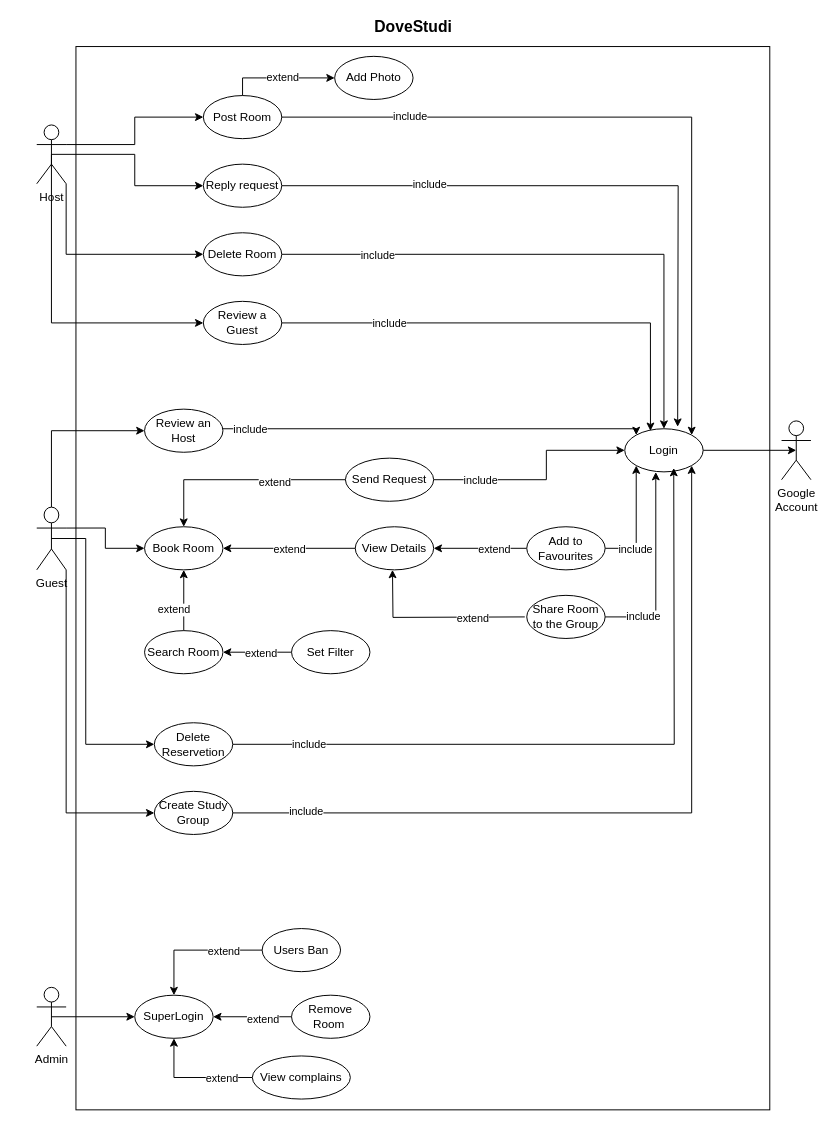
This is Docs/DoveStudi UCD.drawio from nic-agos/DoveStudi, a draw.io file, before an edit. Source tidied: cells renumbered, new cells numbered last; positions are measured from the earlier drawing's top-left corner, leaving out a move shared by most shapes. Both pictures are drawn from the tidied source at 98%, with x=0, y=0 at pixel (36, 17).
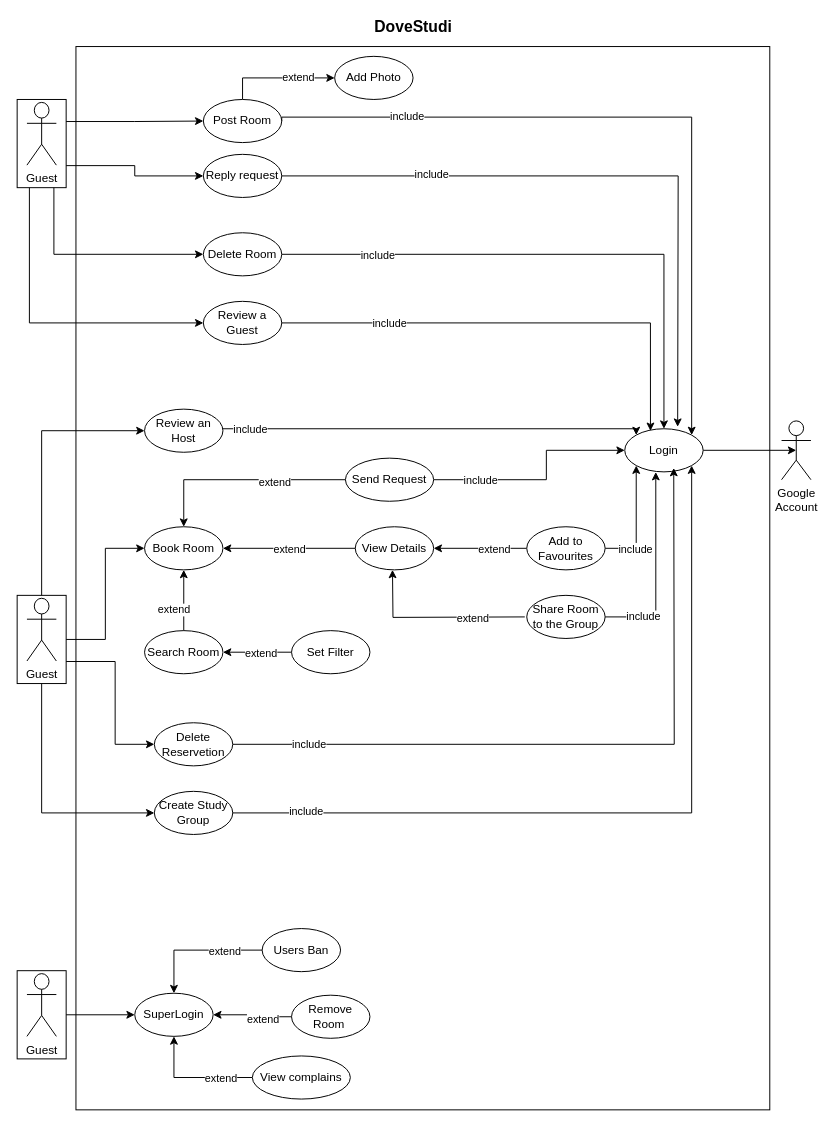
The same diagram, later.

Commit message:
Changed actor puppets

The change refers to these unchanged cells:
```xml
<mxCell id="46" value="Review an Host" style="ellipse;whiteSpace=wrap;html=1;" parent="1" vertex="1">
  <mxGeometry x="110" y="400" width="80" height="44" as="geometry" />
</mxCell>
<mxCell id="60" value="Add Photo" style="ellipse;whiteSpace=wrap;html=1;" parent="1" vertex="1">
  <mxGeometry x="304" y="40" width="80" height="44" as="geometry" />
</mxCell>
<mxCell id="67" value="Review a Guest" style="ellipse;whiteSpace=wrap;html=1;" parent="1" vertex="1">
  <mxGeometry x="170" y="290" width="80" height="44" as="geometry" />
</mxCell>
<mxCell id="68" value="Book Room" style="ellipse;whiteSpace=wrap;html=1;" parent="1" vertex="1">
  <mxGeometry x="110" y="520" width="80" height="44" as="geometry" />
</mxCell>
<mxCell id="71" value="Create Study&lt;br&gt;Group" style="ellipse;whiteSpace=wrap;html=1;" parent="1" vertex="1">
  <mxGeometry x="120" y="790" width="80" height="44" as="geometry" />
</mxCell>
<mxCell id="74" value="Delete Reservetion" style="ellipse;whiteSpace=wrap;html=1;" parent="1" vertex="1">
  <mxGeometry x="120" y="720" width="80" height="44" as="geometry" />
</mxCell>
<mxCell id="77" value="Delete Room" style="ellipse;whiteSpace=wrap;html=1;" parent="1" vertex="1">
  <mxGeometry x="170" y="220" width="80" height="44" as="geometry" />
</mxCell>
```

Change to the diagram source:
```diff
@@
-    <mxCell id="3" style="edgeStyle=orthogonalEdgeStyle;rounded=0;jettySize=auto;html=1;exitX=1;exitY=0.3333333333333333;exitDx=0;exitDy=0;exitPerimeter=0;entryX=0;entryY=0.5;entryDx=0;entryDy=0;" parent="1" edge="1" source="7" target="59">
-      <mxGeometry relative="1" as="geometry" />
-    </mxCell>
-    <mxCell id="4" style="edgeStyle=orthogonalEdgeStyle;rounded=0;jettySize=auto;html=1;exitX=0.5;exitY=0.5;exitDx=0;exitDy=0;exitPerimeter=0;entryX=0;entryY=0.5;entryDx=0;entryDy=0;" parent="1" edge="1" source="7" target="63">
+    <mxCell id="4" style="edgeStyle=orthogonalEdgeStyle;rounded=0;jettySize=auto;html=1;entryX=0;entryY=0.5;entryDx=0;entryDy=0;exitX=0.75;exitY=0;exitDx=0;exitDy=0;" parent="1" edge="1" source="85" target="63">
       <mxGeometry relative="1" as="geometry" />
     </mxCell>
-    <mxCell id="5" style="edgeStyle=orthogonalEdgeStyle;rounded=0;jettySize=auto;html=1;exitX=0.5;exitY=0.5;exitDx=0;exitDy=0;exitPerimeter=0;entryX=0;entryY=0.5;entryDx=0;entryDy=0;" parent="1" edge="1" source="7" target="67">
-      <mxGeometry relative="1" as="geometry">
-        <Array as="points">
-          <mxPoint x="15" y="312" />
-        </Array>
-      </mxGeometry>
-    </mxCell>
-    <mxCell id="6" style="edgeStyle=orthogonalEdgeStyle;rounded=0;jettySize=auto;html=1;exitX=1;exitY=1;exitDx=0;exitDy=0;exitPerimeter=0;entryX=0;entryY=0.5;entryDx=0;entryDy=0;" parent="1" edge="1" source="7" target="77">
-      <mxGeometry relative="1" as="geometry" />
-    </mxCell>
-    <mxCell id="7" value="Host" style="shape=umlActor;verticalLabelPosition=bottom;verticalAlign=top;html=1;outlineConnect=0;" parent="1" vertex="1">
-      <mxGeometry y="110" width="30" height="60" as="geometry" />
-    </mxCell>
-    <mxCell id="8" style="edgeStyle=orthogonalEdgeStyle;rounded=0;jettySize=auto;html=1;exitX=0.5;exitY=0;exitDx=0;exitDy=0;exitPerimeter=0;entryX=0;entryY=0.5;entryDx=0;entryDy=0;" parent="1" edge="1" source="12" target="46">
-      <mxGeometry relative="1" as="geometry" />
+    <mxCell id="8" style="edgeStyle=orthogonalEdgeStyle;rounded=0;jettySize=auto;html=1;entryX=0;entryY=0.5;entryDx=0;entryDy=0;exitX=0;exitY=0.5;exitDx=0;exitDy=0;" parent="1" edge="1" source="79" target="46">
+      <mxGeometry relative="1" as="geometry">
+        <Array as="points">
+          <mxPoint x="5" y="422" />
+        </Array>
+      </mxGeometry>
     </mxCell>
-    <mxCell id="9" style="edgeStyle=orthogonalEdgeStyle;rounded=0;jettySize=auto;html=1;exitX=1;exitY=0.3333333333333333;exitDx=0;exitDy=0;exitPerimeter=0;entryX=0;entryY=0.5;entryDx=0;entryDy=0;" parent="1" edge="1" source="12" target="68">
+    <mxCell id="9" style="edgeStyle=orthogonalEdgeStyle;rounded=0;jettySize=auto;html=1;entryX=0;entryY=0.5;entryDx=0;entryDy=0;exitX=0.5;exitY=0;exitDx=0;exitDy=0;" parent="1" edge="1" source="79" target="68">
       <mxGeometry relative="1" as="geometry" />
     </mxCell>
-    <mxCell id="10" style="edgeStyle=orthogonalEdgeStyle;rounded=0;jettySize=auto;html=1;exitX=1;exitY=1;exitDx=0;exitDy=0;exitPerimeter=0;entryX=0;entryY=0.5;entryDx=0;entryDy=0;" parent="1" edge="1" source="12" target="71">
+    <mxCell id="10" style="edgeStyle=orthogonalEdgeStyle;rounded=0;jettySize=auto;html=1;entryX=0;entryY=0.5;entryDx=0;entryDy=0;exitX=1;exitY=0.5;exitDx=0;exitDy=0;" parent="1" edge="1" source="79" target="71">
       <mxGeometry relative="1" as="geometry">
         <Array as="points">
-          <mxPoint x="30" y="812" />
+          <mxPoint x="5" y="812" />
         </Array>
       </mxGeometry>
     </mxCell>
-    <mxCell id="11" style="edgeStyle=orthogonalEdgeStyle;rounded=0;jettySize=auto;html=1;exitX=0.5;exitY=0.5;exitDx=0;exitDy=0;exitPerimeter=0;entryX=0;entryY=0.5;entryDx=0;entryDy=0;" parent="1" edge="1" source="12" target="74">
+    <mxCell id="11" style="edgeStyle=orthogonalEdgeStyle;rounded=0;jettySize=auto;html=1;entryX=0;entryY=0.5;entryDx=0;entryDy=0;exitX=0.75;exitY=0;exitDx=0;exitDy=0;" parent="1" edge="1" source="79" target="74">
       <mxGeometry relative="1" as="geometry">
         <Array as="points">
-          <mxPoint x="50" y="532" />
-          <mxPoint x="50" y="742" />
+          <mxPoint x="80" y="658" />
+          <mxPoint x="80" y="742" />
         </Array>
       </mxGeometry>
     </mxCell>
-    <mxCell id="12" value="Guest" style="shape=umlActor;verticalLabelPosition=bottom;verticalAlign=top;html=1;outlineConnect=0;" parent="1" vertex="1">
-      <mxGeometry y="500" width="30" height="64" as="geometry" />
-    </mxCell>
@@
-    <mxCell id="14" style="edgeStyle=orthogonalEdgeStyle;rounded=0;jettySize=auto;html=1;exitX=0.5;exitY=0.5;exitDx=0;exitDy=0;exitPerimeter=0;entryX=0;entryY=0.5;entryDx=0;entryDy=0;" parent="1" edge="1" source="15" target="16">
+    <mxCell id="14" style="edgeStyle=orthogonalEdgeStyle;rounded=0;jettySize=auto;html=1;entryX=0;entryY=0.5;entryDx=0;entryDy=0;exitX=0.5;exitY=0;exitDx=0;exitDy=0;" parent="1" edge="1" source="82" target="16">
       <mxGeometry relative="1" as="geometry" />
     </mxCell>
-    <mxCell id="15" value="Admin" style="shape=umlActor;verticalLabelPosition=bottom;verticalAlign=top;html=1;outlineConnect=0;" parent="1" vertex="1">
-      <mxGeometry y="990" width="30" height="60" as="geometry" />
-    </mxCell>
     <mxCell id="16" value="SuperLogin" style="ellipse;whiteSpace=wrap;html=1;" parent="1" vertex="1">
-      <mxGeometry x="100" y="998" width="80" height="44" as="geometry" />
+      <mxGeometry x="100" y="996" width="80" height="44" as="geometry" />
     </mxCell>
@@
-    <mxCell id="55" style="edgeStyle=orthogonalEdgeStyle;rounded=0;jettySize=auto;html=1;exitX=1;exitY=0;exitDx=0;exitDy=0;entryX=0;entryY=0.5;entryDx=0;entryDy=0;" parent="1" edge="1" source="59" target="60">
+    <mxCell id="55" style="edgeStyle=orthogonalEdgeStyle;rounded=0;jettySize=auto;html=1;entryX=0;entryY=0.5;entryDx=0;entryDy=0;exitX=0.5;exitY=0;exitDx=0;exitDy=0;" parent="1" edge="1" source="59" target="60">
       <mxGeometry relative="1" as="geometry">
         <Array as="points">
-          <mxPoint x="210" y="87" />
           <mxPoint x="210" y="62" />
         </Array>
       </mxGeometry>
     </mxCell>
@@
     <mxCell id="59" value="Post Room" style="ellipse;whiteSpace=wrap;html=1;" parent="1" vertex="1">
-      <mxGeometry x="170" y="80" width="80" height="44" as="geometry" />
+      <mxGeometry x="170" y="84" width="80" height="44" as="geometry" />
     </mxCell>
@@
     <mxCell id="63" value="Reply request" style="ellipse;whiteSpace=wrap;html=1;" parent="1" vertex="1">
-      <mxGeometry x="170" y="150" width="80" height="44" as="geometry" />
+      <mxGeometry x="170" y="140" width="80" height="44" as="geometry" />
     </mxCell>
@@
+    <mxCell id="78" style="group;" parent="1" vertex="1">
+      <mxGeometry x="-20" y="590" width="60" height="93" as="geometry" />
+    </mxCell>
+    <mxCell id="12" value="Guest" style="shape=umlActor;verticalLabelPosition=bottom;verticalAlign=top;html=1;outlineConnect=0;" parent="78" vertex="1">
+      <mxGeometry x="10" y="3" width="30" height="64" as="geometry" />
+    </mxCell>
+    <mxCell id="79" style="rounded=0;whiteSpace=wrap;html=1;direction=south;fillColor=none;" parent="78" vertex="1">
+      <mxGeometry width="50" height="90" as="geometry" />
+    </mxCell>
+    <mxCell id="80" style="group;" parent="78" vertex="1">
+      <mxGeometry y="383" width="50" height="90" as="geometry" />
+    </mxCell>
+    <mxCell id="81" value="Guest" style="shape=umlActor;verticalLabelPosition=bottom;verticalAlign=top;html=1;" parent="80" vertex="1">
+      <mxGeometry x="10" y="3" width="30" height="64" as="geometry" />
+    </mxCell>
+    <mxCell id="82" style="rounded=0;whiteSpace=wrap;html=1;direction=south;fillColor=none;" parent="80" vertex="1">
+      <mxGeometry width="50" height="90" as="geometry" />
+    </mxCell>
+    <mxCell id="83" style="group;" parent="1" vertex="1">
+      <mxGeometry x="-20" y="84" width="50" height="90" as="geometry" />
+    </mxCell>
+    <mxCell id="84" value="Guest" style="shape=umlActor;verticalLabelPosition=bottom;verticalAlign=top;html=1;" parent="83" vertex="1">
+      <mxGeometry x="10" y="3" width="30" height="64" as="geometry" />
+    </mxCell>
+    <mxCell id="85" style="rounded=0;whiteSpace=wrap;html=1;direction=south;fillColor=none;" parent="83" vertex="1">
+      <mxGeometry width="50" height="90" as="geometry" />
+    </mxCell>
+    <mxCell id="86" style="edgeStyle=orthogonalEdgeStyle;rounded=0;jettySize=auto;html=1;exitX=0.25;exitY=0;exitDx=0;exitDy=0;entryX=0;entryY=0.5;entryDx=0;entryDy=0;" parent="1" edge="1" source="85" target="59">
+      <mxGeometry relative="1" as="geometry" />
+    </mxCell>
+    <mxCell id="87" style="edgeStyle=orthogonalEdgeStyle;rounded=0;jettySize=auto;html=1;exitX=1;exitY=0.25;exitDx=0;exitDy=0;entryX=0;entryY=0.5;entryDx=0;entryDy=0;" parent="1" edge="1" source="85" target="77">
+      <mxGeometry relative="1" as="geometry" />
+    </mxCell>
+    <mxCell id="88" style="edgeStyle=orthogonalEdgeStyle;rounded=0;jettySize=auto;html=1;exitX=1;exitY=0.75;exitDx=0;exitDy=0;entryX=0;entryY=0.5;entryDx=0;entryDy=0;" parent="1" edge="1" source="85" target="67">
+      <mxGeometry relative="1" as="geometry" />
+    </mxCell>
```
